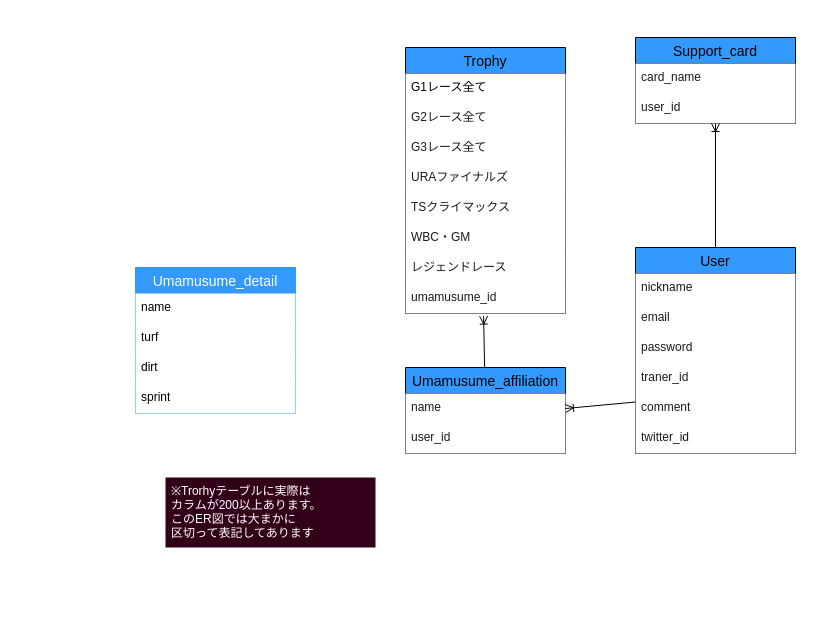
This is ER図.dio from kenkenkaiden/umamusume_crown_complete_support, a draw.io file, before an edit. Source tidied: cells renumbered, new cells numbered last; positions are measured from the earlier drawing's top-left corner, leaving out a move shared by most shapes. Both pictures are drawn from the tidied source at 100%, with x=0, y=0 at pixel (135, 37).
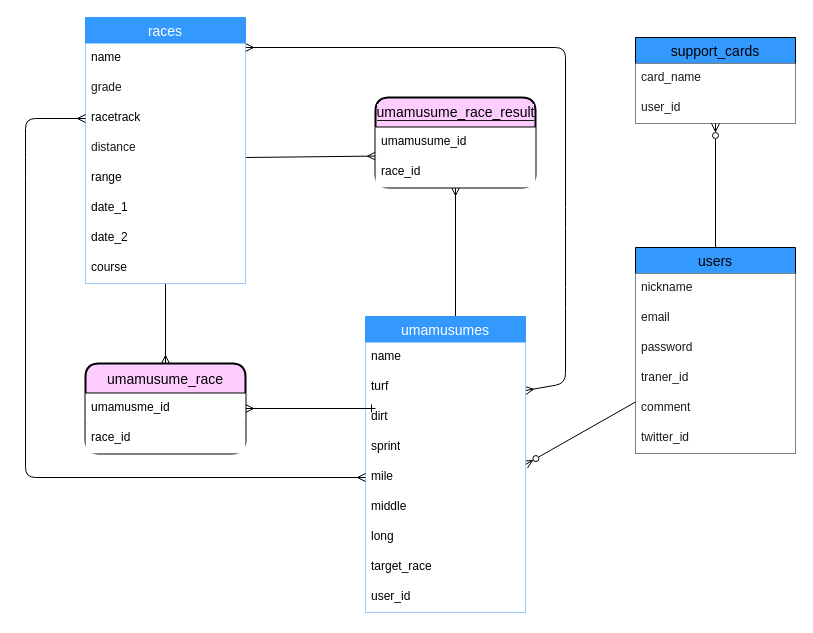
The same page after the edit.

Commit message (it also covers changes not shown here):
モデリングとER図の再記述

What changed in the source:
```diff
@@
-    <mxCell id="2" value="User" style="swimlane;fontStyle=0;horizontal=1;startSize=26;align=center;fontSize=14;fillColor=#3399FF;" parent="1" vertex="1">
+    <mxCell id="2" value="users" style="swimlane;fontStyle=0;horizontal=1;startSize=26;align=center;fontSize=14;fillColor=#3399FF;" parent="1" vertex="1">
       <mxGeometry x="500" y="210" width="160" height="206" as="geometry" />
     </mxCell>
@@
-    <mxCell id="9" value="Umamusume_affiliation" style="swimlane;fontStyle=0;horizontal=1;startSize=26;align=center;fontSize=14;fillColor=#3399FF;" parent="1" vertex="1">
-      <mxGeometry x="270" y="330" width="160" height="86" as="geometry" />
-    </mxCell>
-    <mxCell id="10" value="name" style="text;strokeColor=none;fillColor=#FFFFFF;spacingLeft=4;spacingRight=4;overflow=hidden;points=[[0,0.5],[1,0.5]];portConstraint=eastwest;fontSize=12;fontColor=#1A1A1A;" parent="9" vertex="1">
-      <mxGeometry y="26" width="160" height="30" as="geometry" />
-    </mxCell>
-    <mxCell id="11" value="user_id" style="text;strokeColor=none;fillColor=#FFFFFF;spacingLeft=4;spacingRight=4;overflow=hidden;fontSize=12;fontColor=#1A1A1A;" parent="9" vertex="1">
-      <mxGeometry y="56" width="160" height="30" as="geometry" />
-    </mxCell>
-    <mxCell id="12" value="Support_card" style="swimlane;fontStyle=0;horizontal=1;startSize=26;align=center;fontSize=14;fillColor=#3399FF;" parent="1" vertex="1">
+    <mxCell id="12" value="support_cards" style="swimlane;fontStyle=0;horizontal=1;startSize=26;align=center;fontSize=14;fillColor=#3399FF;" parent="1" vertex="1">
       <mxGeometry x="500" width="160" height="86" as="geometry" />
     </mxCell>
@@
-    <mxCell id="15" value="Trophy" style="swimlane;fontStyle=0;horizontal=1;startSize=26;align=center;fontSize=14;fillColor=#3399FF;" parent="1" vertex="1">
-      <mxGeometry x="270" y="10" width="160" height="266" as="geometry" />
-    </mxCell>
-    <mxCell id="16" value="G1レース全て" style="text;strokeColor=none;fillColor=#FFFFFF;spacingLeft=4;spacingRight=4;overflow=hidden;fontSize=12;fontColor=#000000;" parent="15" vertex="1">
-      <mxGeometry y="26" width="160" height="30" as="geometry" />
-    </mxCell>
-    <mxCell id="17" value="G2レース全て" style="text;strokeColor=none;fillColor=#FFFFFF;spacingLeft=4;spacingRight=4;overflow=hidden;fontSize=12;fontColor=#1A1A1A;" parent="15" vertex="1">
-      <mxGeometry y="56" width="160" height="30" as="geometry" />
-    </mxCell>
-    <mxCell id="18" value="G3レース全て" style="text;strokeColor=none;fillColor=#FFFFFF;spacingLeft=4;spacingRight=4;overflow=hidden;fontSize=12;fontColor=#1A1A1A;" parent="15" vertex="1">
-      <mxGeometry y="86" width="160" height="30" as="geometry" />
-    </mxCell>
-    <mxCell id="19" value="URAファイナルズ" style="text;strokeColor=none;fillColor=#FFFFFF;spacingLeft=4;spacingRight=4;overflow=hidden;fontSize=12;fontColor=#1A1A1A;" parent="15" vertex="1">
-      <mxGeometry y="116" width="160" height="30" as="geometry" />
-    </mxCell>
-    <mxCell id="20" value="TSクライマックス" style="text;strokeColor=none;fillColor=#FFFFFF;spacingLeft=4;spacingRight=4;overflow=hidden;fontSize=12;fontColor=#1A1A1A;" parent="15" vertex="1">
-      <mxGeometry y="146" width="160" height="30" as="geometry" />
-    </mxCell>
-    <mxCell id="21" value="WBC・GM" style="text;strokeColor=none;fillColor=#FFFFFF;spacingLeft=4;spacingRight=4;overflow=hidden;fontSize=12;fontColor=#1A1A1A;" parent="15" vertex="1">
-      <mxGeometry y="176" width="160" height="30" as="geometry" />
-    </mxCell>
-    <mxCell id="22" value="レジェンドレース" style="text;strokeColor=none;fillColor=#FFFFFF;spacingLeft=4;spacingRight=4;overflow=hidden;fontSize=12;fontColor=#1A1A1A;" parent="15" vertex="1">
-      <mxGeometry y="206" width="160" height="30" as="geometry" />
-    </mxCell>
-    <mxCell id="23" value="umamusume_id" style="text;strokeColor=none;fillColor=#FFFFFF;spacingLeft=4;spacingRight=4;overflow=hidden;points=[[0,0.5],[1,0.5]];portConstraint=eastwest;fontSize=12;fontColor=#1A1A1A;" parent="15" vertex="1">
-      <mxGeometry y="236" width="160" height="30" as="geometry" />
-    </mxCell>
-    <mxCell id="24" value="※Trorhyテーブルに実際は&#10;カラムが200以上あります。&#10;このER図では大まかに&#10;区切って表記してあります" style="text;strokeColor=none;fillColor=#33001A;spacingLeft=4;spacingRight=4;overflow=hidden;fontSize=12;fontColor=#FFFFFF;" parent="1" vertex="1">
-      <mxGeometry x="30" y="440" width="210" height="70" as="geometry" />
-    </mxCell>
-    <mxCell id="25" style="edgeStyle=none;html=1;exitX=0;exitY=0.75;exitDx=0;exitDy=0;entryX=1;entryY=0.5;entryDx=0;entryDy=0;endArrow=ERoneToMany;endFill=0;" parent="1" edge="1" source="2" target="10">
+    <mxCell id="25" style="edgeStyle=none;html=1;exitX=0;exitY=0.75;exitDx=0;exitDy=0;entryX=1;entryY=0.5;entryDx=0;entryDy=0;endArrow=ERzeroToMany;endFill=0;" parent="1" edge="1" source="2" target="28">
       <mxGeometry relative="1" as="geometry" />
     </mxCell>
-    <mxCell id="26" style="edgeStyle=none;html=1;endArrow=ERoneToMany;endFill=0;entryX=0.488;entryY=1.087;entryDx=0;entryDy=0;entryPerimeter=0;" parent="1" edge="1" source="9" target="23">
-      <mxGeometry relative="1" as="geometry" />
+    <mxCell id="26" style="edgeStyle=none;html=1;endArrow=ERmany;endFill=0;entryX=0.5;entryY=1;entryDx=0;entryDy=0;" parent="1" edge="1">
+      <mxGeometry relative="1" as="geometry">
+        <mxPoint x="320" y="280" as="sourcePoint" />
+        <mxPoint x="320" y="150" as="targetPoint" />
+      </mxGeometry>
     </mxCell>
-    <mxCell id="27" style="edgeStyle=none;html=1;entryX=0.5;entryY=1;entryDx=0;entryDy=0;endArrow=ERoneToMany;endFill=0;" parent="1" edge="1" source="2" target="12">
+    <mxCell id="27" style="edgeStyle=none;html=1;entryX=0.5;entryY=1;entryDx=0;entryDy=0;endArrow=ERzeroToMany;endFill=0;" parent="1" edge="1" source="2" target="12">
       <mxGeometry relative="1" as="geometry" />
     </mxCell>
+    <mxCell id="33" style="edgeStyle=none;html=1;exitX=1;exitY=0.25;exitDx=0;exitDy=0;fontColor=#000000;startArrow=ERmany;startFill=0;endArrow=ERmany;endFill=0;" parent="1" edge="1" source="28">
+      <mxGeometry relative="1" as="geometry">
+        <mxPoint x="110" y="10" as="targetPoint" />
+        <Array as="points">
+          <mxPoint x="430" y="346" />
+          <mxPoint x="430" y="260" />
+          <mxPoint x="430" y="180" />
+          <mxPoint x="430" y="10" />
+        </Array>
+      </mxGeometry>
+    </mxCell>
-    <mxCell id="28" value="Umamusume_detail" style="swimlane;fontStyle=0;horizontal=1;startSize=26;align=center;fontSize=14;strokeColor=#3399FF;fontColor=#FFFFFF;fillColor=#3399FF;" parent="1" vertex="1">
-      <mxGeometry y="230" width="160" height="146" as="geometry" />
+    <mxCell id="28" value="umamusumes" style="swimlane;fontStyle=0;horizontal=1;startSize=26;align=center;fontSize=14;strokeColor=#3399FF;fontColor=#FFFFFF;fillColor=#3399FF;" parent="1" vertex="1">
+      <mxGeometry x="230" y="279" width="160" height="296" as="geometry" />
     </mxCell>
@@
+    <mxCell id="34" value="mile" style="text;strokeColor=none;fillColor=#FFFFFF;spacingLeft=4;spacingRight=4;overflow=hidden;points=[[0,0.5],[1,0.5]];portConstraint=eastwest;fontSize=12;labelBackgroundColor=none;fontColor=#000000;" parent="28" vertex="1">
+      <mxGeometry y="146" width="160" height="30" as="geometry" />
+    </mxCell>
+    <mxCell id="35" value="middle" style="text;strokeColor=none;fillColor=#FFFFFF;spacingLeft=4;spacingRight=4;overflow=hidden;fontSize=12;labelBackgroundColor=none;fontColor=#000000;" parent="28" vertex="1">
+      <mxGeometry y="176" width="160" height="30" as="geometry" />
+    </mxCell>
+    <mxCell id="36" value="long" style="text;strokeColor=none;fillColor=#FFFFFF;spacingLeft=4;spacingRight=4;overflow=hidden;fontSize=12;labelBackgroundColor=none;fontColor=#000000;" parent="28" vertex="1">
+      <mxGeometry y="206" width="160" height="30" as="geometry" />
+    </mxCell>
+    <mxCell id="37" value="target_race" style="text;strokeColor=none;fillColor=#FFFFFF;spacingLeft=4;spacingRight=4;overflow=hidden;fontSize=12;labelBackgroundColor=none;fontColor=#000000;" parent="28" vertex="1">
+      <mxGeometry y="236" width="160" height="30" as="geometry" />
+    </mxCell>
+    <mxCell id="11" value="user_id" style="text;strokeColor=none;fillColor=#FFFFFF;spacingLeft=4;spacingRight=4;overflow=hidden;fontSize=12;labelBackgroundColor=#FFFFFF;fontColor=#000000;html=1;" parent="28" vertex="1">
+      <mxGeometry y="266" width="160" height="30" as="geometry" />
+    </mxCell>
+    <mxCell id="38" style="html=1;endArrow=ERmany;endFill=0;entryX=0;entryY=0.953;entryDx=0;entryDy=0;entryPerimeter=0;" parent="1" edge="1" target="23">
+      <mxGeometry relative="1" as="geometry">
+        <mxPoint x="110" y="120" as="sourcePoint" />
+      </mxGeometry>
+    </mxCell>
+    <mxCell id="39" style="edgeStyle=none;html=1;exitX=0.5;exitY=1;exitDx=0;exitDy=0;fontColor=#000000;startArrow=none;startFill=0;endArrow=ERmany;endFill=0;entryX=0.5;entryY=0;entryDx=0;entryDy=0;" parent="1" edge="1" source="40" target="50">
+      <mxGeometry relative="1" as="geometry" />
+    </mxCell>
+    <mxCell id="40" value="races" style="swimlane;fontStyle=0;horizontal=1;startSize=26;align=center;fontSize=14;labelBackgroundColor=none;strokeColor=#3399FF;fontColor=#FFFFFF;fillColor=#3399FF;" parent="1" vertex="1">
+      <mxGeometry x="-50" y="-20" width="160" height="266" as="geometry" />
+    </mxCell>
+    <mxCell id="10" value="name" style="text;strokeColor=none;fillColor=#FFFFFF;spacingLeft=4;spacingRight=4;overflow=hidden;points=[[0,0.5],[1,0.5]];portConstraint=eastwest;fontSize=12;fontColor=#000000;" parent="40" vertex="1">
+      <mxGeometry y="26" width="160" height="30" as="geometry" />
+    </mxCell>
+    <mxCell id="41" value="grade" style="text;strokeColor=none;fillColor=#FFFFFF;spacingLeft=4;spacingRight=4;overflow=hidden;fontSize=12;fontColor=#1A1A1A;" parent="40" vertex="1">
+      <mxGeometry y="56" width="160" height="30" as="geometry" />
+    </mxCell>
+    <mxCell id="42" value="racetrack" style="text;strokeColor=none;fillColor=#FFFFFF;spacingLeft=4;spacingRight=4;overflow=hidden;points=[[0,0.5],[1,0.5]];portConstraint=eastwest;fontSize=12;labelBackgroundColor=#FFFFFF;fontColor=#000000;html=1;" parent="40" vertex="1">
+      <mxGeometry y="86" width="160" height="30" as="geometry" />
+    </mxCell>
+    <mxCell id="43" value="distance" style="text;strokeColor=none;fillColor=#FFFFFF;spacingLeft=4;spacingRight=4;overflow=hidden;fontSize=12;fontColor=#1A1A1A;" parent="40" vertex="1">
+      <mxGeometry y="116" width="160" height="30" as="geometry" />
+    </mxCell>
+    <mxCell id="44" value="range" style="text;strokeColor=none;fillColor=#FFFFFF;spacingLeft=4;spacingRight=4;overflow=hidden;fontSize=12;labelBackgroundColor=#FFFFFF;fontColor=#000000;html=1;" parent="40" vertex="1">
+      <mxGeometry y="146" width="160" height="30" as="geometry" />
+    </mxCell>
+    <mxCell id="45" value="date_1" style="text;strokeColor=none;fillColor=#FFFFFF;spacingLeft=4;spacingRight=4;overflow=hidden;fontSize=12;labelBackgroundColor=#FFFFFF;fontColor=#000000;html=1;" parent="40" vertex="1">
+      <mxGeometry y="176" width="160" height="30" as="geometry" />
+    </mxCell>
+    <mxCell id="46" value="date_2" style="text;strokeColor=none;fillColor=#FFFFFF;spacingLeft=4;spacingRight=4;overflow=hidden;fontSize=12;labelBackgroundColor=#FFFFFF;fontColor=#000000;html=1;" parent="40" vertex="1">
+      <mxGeometry y="206" width="160" height="30" as="geometry" />
+    </mxCell>
+    <mxCell id="47" value="course" style="text;strokeColor=none;fillColor=#FFFFFF;spacingLeft=4;spacingRight=4;overflow=hidden;fontSize=12;labelBackgroundColor=#FFFFFF;fontColor=#000000;html=1;" parent="40" vertex="1">
+      <mxGeometry y="236" width="160" height="30" as="geometry" />
+    </mxCell>
+    <mxCell id="48" style="edgeStyle=none;html=1;exitX=0;exitY=0.5;exitDx=0;exitDy=0;entryX=0;entryY=0.5;entryDx=0;entryDy=0;endArrow=ERmany;endFill=0;startArrow=ERmany;startFill=0;" parent="1" edge="1" source="42" target="34">
+      <mxGeometry relative="1" as="geometry">
+        <Array as="points">
+          <mxPoint x="-110" y="81" />
+          <mxPoint x="-110" y="130" />
+          <mxPoint x="-110" y="440" />
+        </Array>
+      </mxGeometry>
+    </mxCell>
+    <mxCell id="49" style="edgeStyle=none;html=1;entryX=1;entryY=0.5;entryDx=0;entryDy=0;fontColor=#000000;startArrow=ERone;startFill=0;endArrow=ERmany;endFill=0;" parent="1" edge="1" target="51">
+      <mxGeometry relative="1" as="geometry">
+        <mxPoint x="240" y="371" as="sourcePoint" />
+      </mxGeometry>
+    </mxCell>
+    <mxCell id="50" value="umamusume_race" style="swimlane;horizontal=1;startSize=30;rounded=1;fontSize=14;fontStyle=0;strokeWidth=2;shadow=0;dashed=0;align=center;fontColor=#000000;fillColor=#FFCCFF;" parent="1" vertex="1">
+      <mxGeometry x="-50" y="326" width="160" height="90" as="geometry" />
+    </mxCell>
+    <mxCell id="51" value="umamusme_id" style="text;strokeColor=none;fillColor=#FFFFFF;spacingLeft=4;spacingRight=4;overflow=hidden;points=[[0,0.5],[1,0.5]];portConstraint=eastwest;fontSize=12;fontColor=#000000;gradientColor=none;" parent="50" vertex="1">
+      <mxGeometry y="30" width="160" height="30" as="geometry" />
+    </mxCell>
+    <mxCell id="52" value="race_id" style="text;strokeColor=none;fillColor=#FFFFFF;spacingLeft=4;spacingRight=4;overflow=hidden;fontSize=12;fontColor=#000000;" parent="50" vertex="1">
+      <mxGeometry y="60" width="160" height="30" as="geometry" />
+    </mxCell>
+    <mxCell id="53" value="&lt;span style=&quot;background-color: rgb(255, 204, 255);&quot;&gt;umamusume_race_result&lt;/span&gt;" style="swimlane;horizontal=1;startSize=30;rounded=1;fontSize=14;fontStyle=0;strokeWidth=2;shadow=0;dashed=0;align=center;labelBackgroundColor=#18141D;fontColor=#000000;fillColor=#FFCCFF;gradientColor=none;html=1;" parent="1" vertex="1">
+      <mxGeometry x="240" y="60" width="160" height="90" as="geometry" />
+    </mxCell>
+    <mxCell id="23" value="umamusume_id" style="text;strokeColor=none;fillColor=#FFFFFF;spacingLeft=4;spacingRight=4;overflow=hidden;points=[[0,0.5],[1,0.5]];portConstraint=eastwest;fontSize=12;labelBackgroundColor=#FFFFFF;fontColor=#000000;html=1;" parent="53" vertex="1">
+      <mxGeometry y="30" width="160" height="30" as="geometry" />
+    </mxCell>
+    <mxCell id="54" value="race_id" style="text;strokeColor=none;fillColor=#FFFFFF;spacingLeft=4;spacingRight=4;overflow=hidden;fontSize=12;labelBackgroundColor=#FFFFFF;fontColor=#000000;html=1;" parent="53" vertex="1">
+      <mxGeometry y="60" width="160" height="30" as="geometry" />
+    </mxCell>
```
